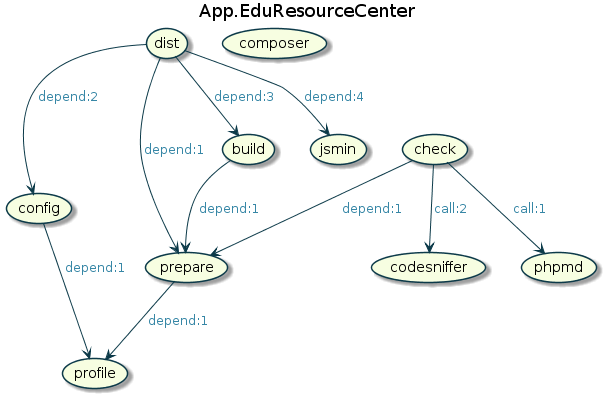
Before: resources/readme/edu-resource-center.png, a diagram exported from PlantUML (jawira/phing-visualizer).
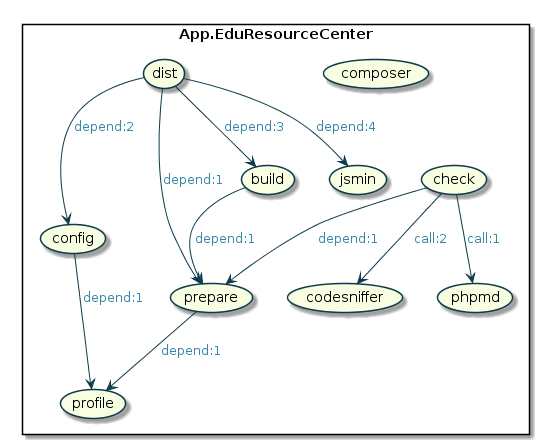
After the change.

What changed in the source:
```diff
@@ -1,14 +1,14 @@
 @startuml
-title App.EduResourceCenter
 skinparam Arrow {
-    Color #0C3A49
-    FontColor #3787A6
+Color #0C3A49
+FontColor #3787A6
 }
 skinparam Usecase {
-    BackgroundColor #F7FEE1
-    BorderColor #0C3A49
+BackgroundColor #F7FEE1
+BorderColor #0C3A49
 }
 
+rectangle "App.EduResourceCenter" {
 (profile)
 (prepare)
 (config)
@@ -19,6 +19,7 @@
 (phpmd)
 (check)
 (dist)
+}
 
 (prepare) --> (profile) : depend:1
 (config) --> (profile) : depend:1
```
